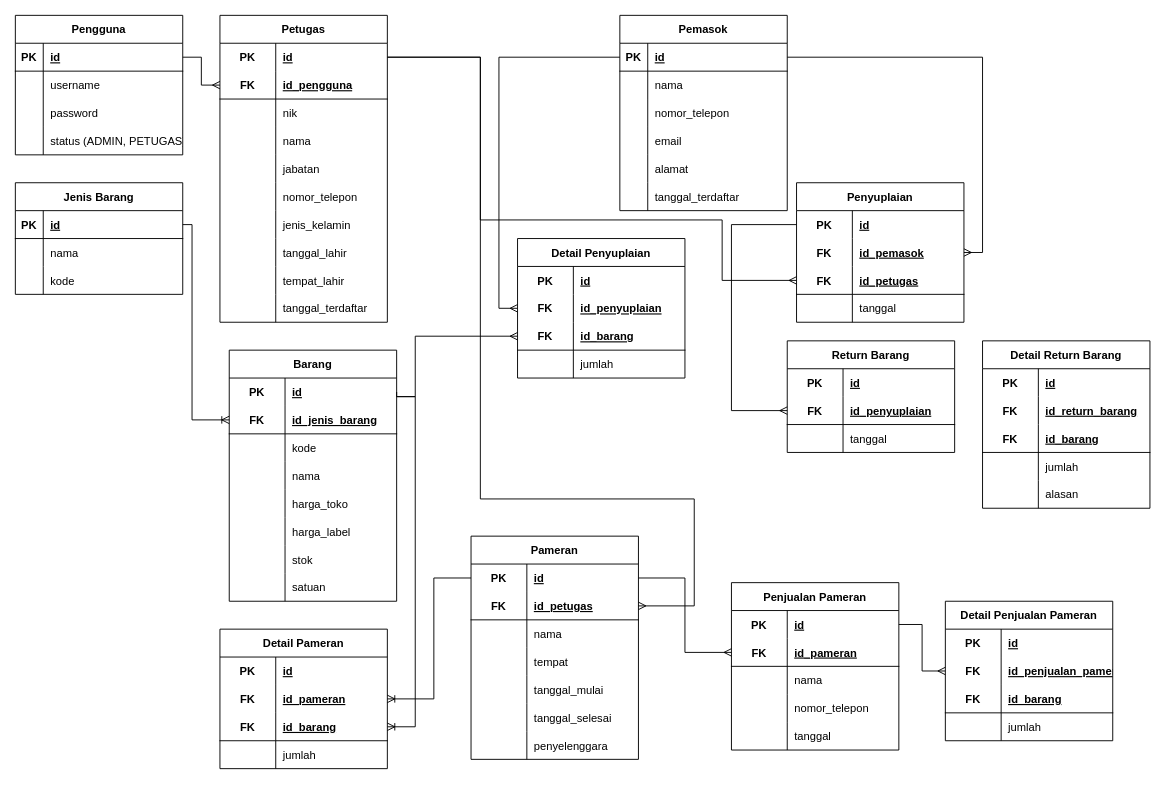
This is db/Database Schema.drawio from yafizh/Aplikasi-Gudang-The-Zamrud-Jewellery, a draw.io file, before an edit. Source tidied: cells renumbered, new cells numbered last; positions are measured from the earlier drawing's top-left corner, leaving out a move shared by most shapes. Both pictures are drawn from the tidied source at 93%, with x=0, y=0 at pixel (15, 15).
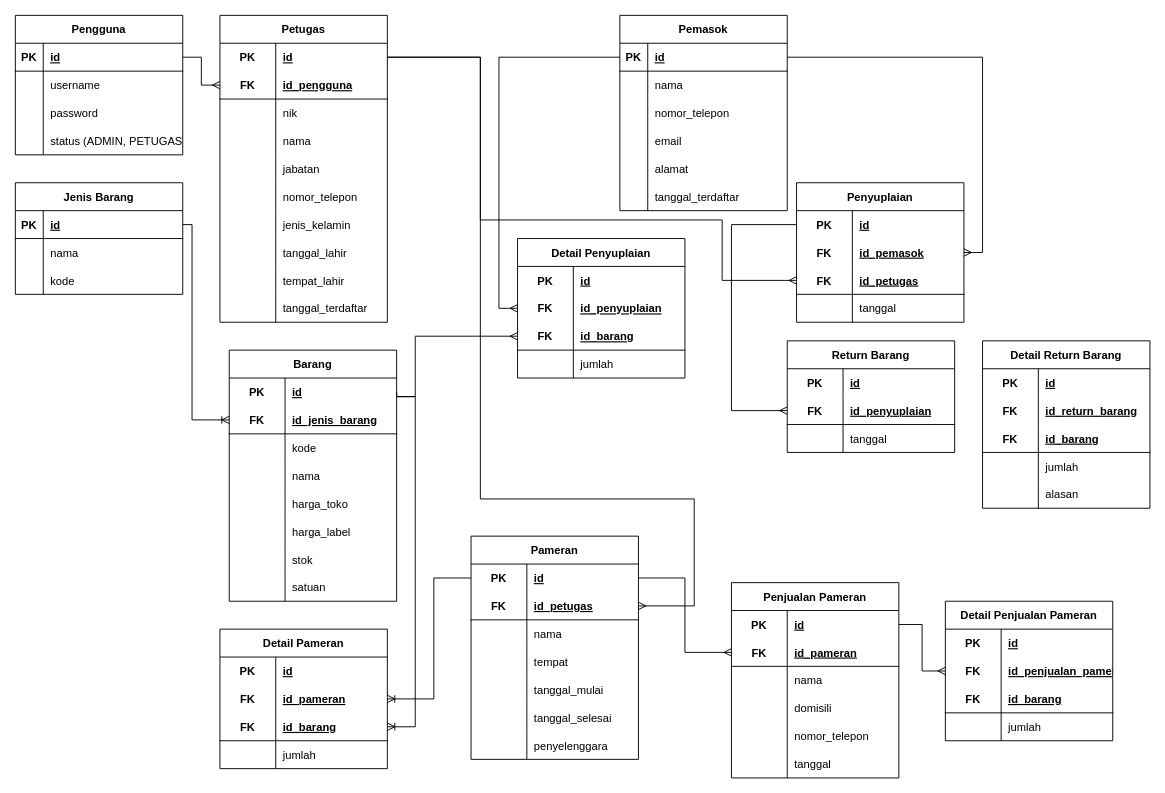
The same diagram, later.

Commit message (it also covers changes not shown here):
add column domisili pembeli on penjualan pameran

Diff of the diagram source:
```diff
@@
     <mxCell id="164" value="Penjualan Pameran" style="shape=table;startSize=30;childLayout=tableLayout;rowLines=0;fontStyle=1;align=center;" parent="1" vertex="1">
-      <mxGeometry x="770" y="610" width="180" height="180" as="geometry" />
+      <mxGeometry x="770" y="610" width="180" height="210" as="geometry" />
     </mxCell>
@@
+    <mxCell id="228" style="shape=tableRow;horizontal=0;startSize=0;swimlaneHead=0;swimlaneBody=0;fillColor=none;top=0;left=0;right=0;bottom=0;" parent="164" vertex="1">
+      <mxGeometry y="120" width="180" height="30" as="geometry" />
+    </mxCell>
+    <mxCell id="229" style="shape=partialRectangle;fillColor=none;top=0;left=0;bottom=0;right=0;overflow=hidden;" parent="228" vertex="1">
+      <mxGeometry width="60" height="30" as="geometry" />
+    </mxCell>
+    <mxCell id="230" value="domisili" style="shape=partialRectangle;fillColor=none;top=0;left=0;bottom=0;right=0;align=left;spacingLeft=6;overflow=hidden;" parent="228" vertex="1">
+      <mxGeometry x="60" width="120" height="30" as="geometry" />
+    </mxCell>
     <mxCell id="174" style="shape=tableRow;horizontal=0;startSize=0;swimlaneHead=0;swimlaneBody=0;fillColor=none;top=0;left=0;right=0;bottom=0;" parent="164" vertex="1">
-      <mxGeometry y="120" width="180" height="30" as="geometry" />
+      <mxGeometry y="150" width="180" height="30" as="geometry" />
     </mxCell>
@@
     <mxCell id="177" style="shape=tableRow;horizontal=0;startSize=0;swimlaneHead=0;swimlaneBody=0;fillColor=none;top=0;left=0;right=0;bottom=0;" parent="164" vertex="1">
-      <mxGeometry y="150" width="180" height="30" as="geometry" />
+      <mxGeometry y="180" width="180" height="30" as="geometry" />
     </mxCell>
```
